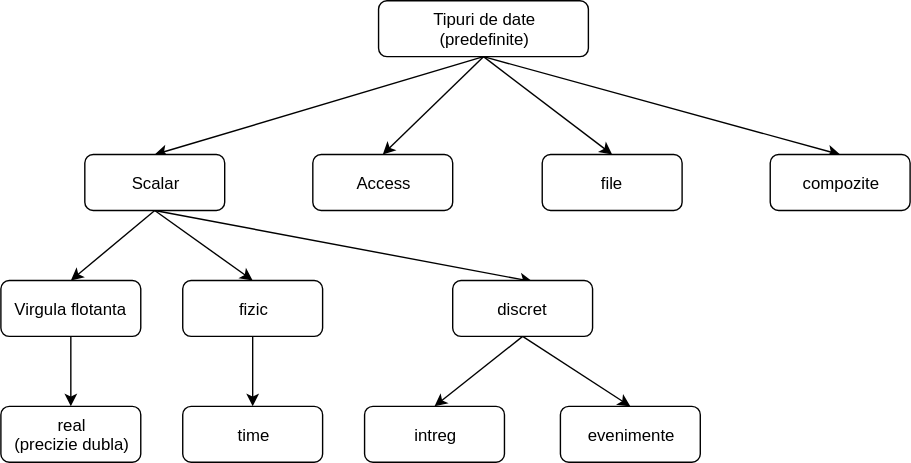
Before: Curs_2_Limbaje_de_descriere_hardware/tipuri_de_date.svg, a diagram exported from draw.io (mohammadfayaj/Suport_HDL). Source tidied: cells renumbered, new cells last; positions are measured from the earlier drawing's top-left corner, leaving out a move shared by most shapes.
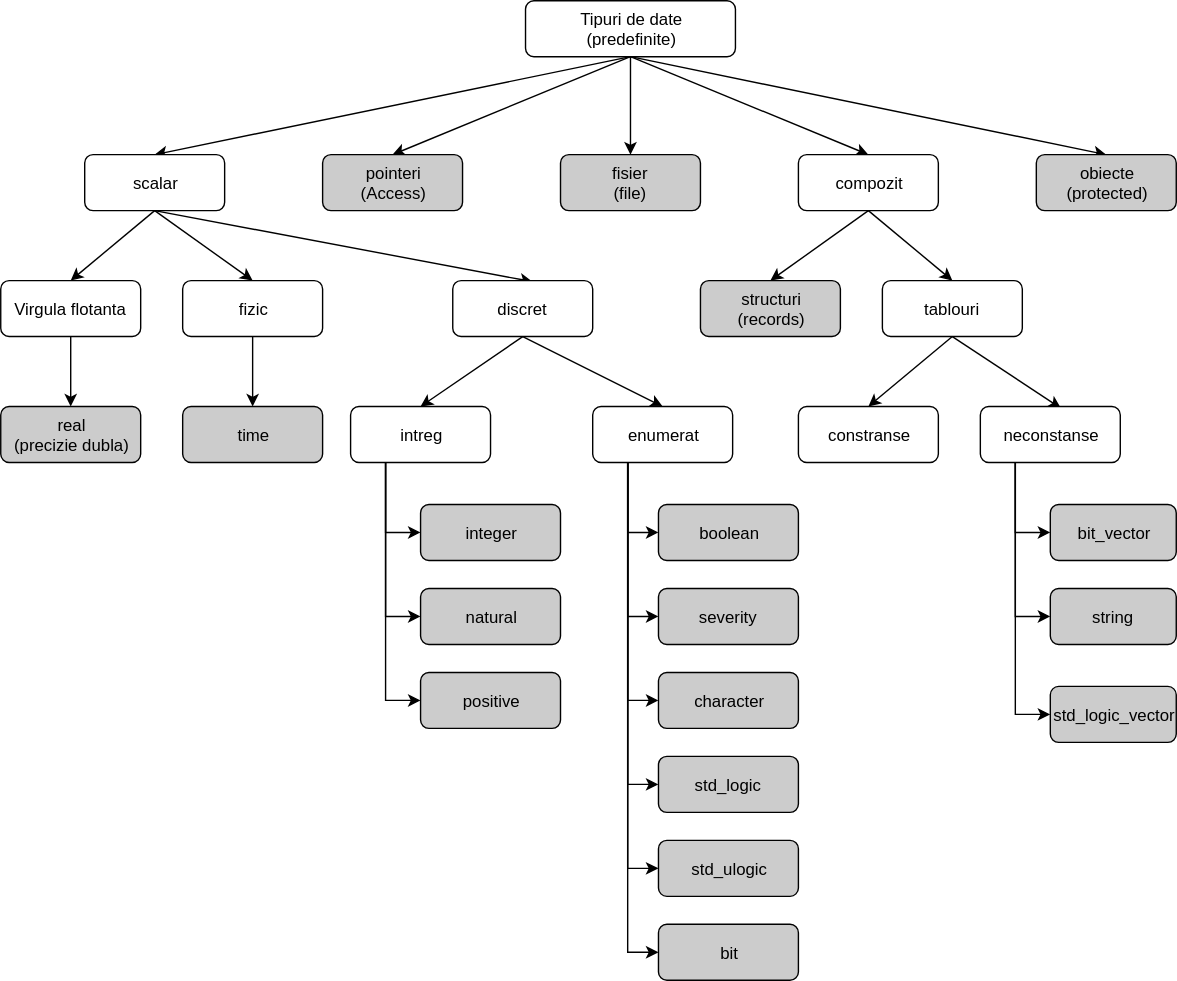
The same diagram one commit later.

Change to the diagram source:
```diff
@@ -14,8 +14,11 @@
     <mxCell id="5" style="edgeStyle=none;rounded=0;jettySize=auto;html=1;exitX=0.5;exitY=1;exitDx=0;exitDy=0;entryX=0.5;entryY=0;entryDx=0;entryDy=0;" parent="1" edge="1" source="6" target="13">
       <mxGeometry relative="1" as="geometry" />
     </mxCell>
+    <mxCell id="25" style="edgeStyle=none;rounded=0;jettySize=auto;html=1;exitX=0.5;exitY=1;exitDx=0;exitDy=0;entryX=0.5;entryY=0;entryDx=0;entryDy=0;" parent="1" edge="1" source="6" target="59">
+      <mxGeometry relative="1" as="geometry" />
+    </mxCell>
     <mxCell id="6" value="Tipuri de date&lt;br&gt;(predefinite)" style="rounded=1;whiteSpace=wrap;html=1;fontSize=12;glass=0;strokeWidth=1;shadow=0;" parent="1" vertex="1">
-      <mxGeometry x="270" width="150" height="40" as="geometry" />
+      <mxGeometry x="375" width="150" height="40" as="geometry" />
     </mxCell>
     <mxCell id="7" style="rounded=0;jettySize=auto;html=1;exitX=0.5;exitY=1;exitDx=0;exitDy=0;entryX=0.5;entryY=0;entryDx=0;entryDy=0;" parent="1" edge="1" source="10" target="15">
       <mxGeometry relative="1" as="geometry" />
@@ -26,17 +29,23 @@
     <mxCell id="9" style="edgeStyle=none;rounded=0;jettySize=auto;html=1;exitX=0.5;exitY=1;exitDx=0;exitDy=0;entryX=0.57;entryY=0.02;entryDx=0;entryDy=0;entryPerimeter=0;" parent="1" edge="1" source="10" target="22">
       <mxGeometry relative="1" as="geometry" />
     </mxCell>
-    <mxCell id="10" value="Scalar" style="rounded=1;whiteSpace=wrap;html=1;fontSize=12;glass=0;strokeWidth=1;shadow=0;" parent="1" vertex="1">
+    <mxCell id="10" value="scalar" style="rounded=1;whiteSpace=wrap;html=1;fontSize=12;glass=0;strokeWidth=1;shadow=0;" parent="1" vertex="1">
       <mxGeometry x="60" y="110" width="100" height="40" as="geometry" />
     </mxCell>
-    <mxCell id="11" value="Access" style="rounded=1;whiteSpace=wrap;html=1;fontSize=12;glass=0;strokeWidth=1;shadow=0;" parent="1" vertex="1">
-      <mxGeometry x="223" y="110" width="100" height="40" as="geometry" />
+    <mxCell id="11" value="pointeri&lt;br&gt;(Access)" style="rounded=1;whiteSpace=wrap;html=1;fontSize=12;glass=0;strokeWidth=1;shadow=0;fillColor=#CCCCCC;" parent="1" vertex="1">
+      <mxGeometry x="230" y="110" width="100" height="40" as="geometry" />
     </mxCell>
-    <mxCell id="12" value="file" style="rounded=1;whiteSpace=wrap;html=1;fontSize=12;glass=0;strokeWidth=1;shadow=0;" parent="1" vertex="1">
-      <mxGeometry x="387" y="110" width="100" height="40" as="geometry" />
+    <mxCell id="12" value="fisier&lt;br&gt;(file)" style="rounded=1;whiteSpace=wrap;html=1;fontSize=12;glass=0;strokeWidth=1;shadow=0;fillColor=#CCCCCC;" parent="1" vertex="1">
+      <mxGeometry x="400" y="110" width="100" height="40" as="geometry" />
     </mxCell>
+    <mxCell id="26" style="rounded=0;jettySize=auto;html=1;exitX=0.5;exitY=1;exitDx=0;exitDy=0;entryX=0.5;entryY=0;entryDx=0;entryDy=0;" parent="1" edge="1" source="13" target="46">
+      <mxGeometry relative="1" as="geometry" />
+    </mxCell>
+    <mxCell id="27" style="edgeStyle=none;rounded=0;jettySize=auto;html=1;exitX=0.5;exitY=1;exitDx=0;exitDy=0;entryX=0.5;entryY=0;entryDx=0;entryDy=0;" parent="1" edge="1" source="13" target="49">
+      <mxGeometry relative="1" as="geometry" />
+    </mxCell>
-    <mxCell id="13" value="compozite" style="rounded=1;whiteSpace=wrap;html=1;fontSize=12;glass=0;strokeWidth=1;shadow=0;" parent="1" vertex="1">
-      <mxGeometry x="550" y="110" width="100" height="40" as="geometry" />
+    <mxCell id="13" value="compozit" style="rounded=1;whiteSpace=wrap;html=1;fontSize=12;glass=0;strokeWidth=1;shadow=0;" parent="1" vertex="1">
+      <mxGeometry x="570" y="110" width="100" height="40" as="geometry" />
     </mxCell>
     <mxCell id="14" style="edgeStyle=none;rounded=0;jettySize=auto;html=1;exitX=0.5;exitY=1;exitDx=0;exitDy=0;entryX=0.5;entryY=0;entryDx=0;entryDy=0;" parent="1" edge="1" source="15" target="18">
       <mxGeometry relative="1" as="geometry" />
@@ -50,10 +59,10 @@
     <mxCell id="17" value="fizic" style="rounded=1;whiteSpace=wrap;html=1;fontSize=12;glass=0;strokeWidth=1;shadow=0;" parent="1" vertex="1">
       <mxGeometry x="130" y="200" width="100" height="40" as="geometry" />
     </mxCell>
-    <mxCell id="18" value="real&lt;br&gt;(precizie dubla)" style="rounded=1;whiteSpace=wrap;html=1;fontSize=12;glass=0;strokeWidth=1;shadow=0;" parent="1" vertex="1">
+    <mxCell id="18" value="real&lt;br&gt;(precizie dubla)" style="rounded=1;whiteSpace=wrap;html=1;fontSize=12;glass=0;strokeWidth=1;shadow=0;fillColor=#CCCCCC;" parent="1" vertex="1">
       <mxGeometry y="290" width="100" height="40" as="geometry" />
     </mxCell>
-    <mxCell id="19" value="time" style="rounded=1;whiteSpace=wrap;html=1;fontSize=12;glass=0;strokeWidth=1;shadow=0;" parent="1" vertex="1">
+    <mxCell id="19" value="time" style="rounded=1;whiteSpace=wrap;html=1;fontSize=12;glass=0;strokeWidth=1;shadow=0;fillColor=#CCCCCC;" parent="1" vertex="1">
       <mxGeometry x="130" y="290" width="100" height="40" as="geometry" />
     </mxCell>
     <mxCell id="20" style="rounded=0;jettySize=auto;html=1;exitX=0.5;exitY=1;exitDx=0;exitDy=0;entryX=0.5;entryY=0;entryDx=0;entryDy=0;" parent="1" edge="1" source="22" target="23">
@@ -65,11 +74,107 @@
     <mxCell id="22" value="discret" style="rounded=1;whiteSpace=wrap;html=1;fontSize=12;glass=0;strokeWidth=1;shadow=0;" parent="1" vertex="1">
       <mxGeometry x="323" y="200" width="100" height="40" as="geometry" />
     </mxCell>
+    <mxCell id="28" style="edgeStyle=orthogonalEdgeStyle;rounded=0;jettySize=auto;html=1;exitX=0.25;exitY=1;exitDx=0;exitDy=0;entryX=0;entryY=0.5;entryDx=0;entryDy=0;" parent="1" edge="1" source="23" target="38">
+      <mxGeometry relative="1" as="geometry" />
+    </mxCell>
+    <mxCell id="29" style="edgeStyle=orthogonalEdgeStyle;rounded=0;jettySize=auto;html=1;exitX=0.25;exitY=1;exitDx=0;exitDy=0;entryX=0;entryY=0.5;entryDx=0;entryDy=0;" parent="1" edge="1" source="23" target="39">
+      <mxGeometry relative="1" as="geometry" />
+    </mxCell>
+    <mxCell id="30" style="edgeStyle=orthogonalEdgeStyle;rounded=0;jettySize=auto;html=1;exitX=0.25;exitY=1;exitDx=0;exitDy=0;entryX=0;entryY=0.5;entryDx=0;entryDy=0;" parent="1" edge="1" source="23" target="40">
+      <mxGeometry relative="1" as="geometry" />
+    </mxCell>
     <mxCell id="23" value="intreg" style="rounded=1;whiteSpace=wrap;html=1;fontSize=12;glass=0;strokeWidth=1;shadow=0;" parent="1" vertex="1">
-      <mxGeometry x="260" y="290" width="100" height="40" as="geometry" />
+      <mxGeometry x="250" y="290" width="100" height="40" as="geometry" />
     </mxCell>
+    <mxCell id="31" style="edgeStyle=orthogonalEdgeStyle;rounded=0;jettySize=auto;html=1;exitX=0.25;exitY=1;exitDx=0;exitDy=0;entryX=0;entryY=0.5;entryDx=0;entryDy=0;" parent="1" edge="1" source="24" target="41">
+      <mxGeometry relative="1" as="geometry" />
+    </mxCell>
+    <mxCell id="32" style="edgeStyle=orthogonalEdgeStyle;rounded=0;jettySize=auto;html=1;exitX=0.25;exitY=1;exitDx=0;exitDy=0;entryX=0;entryY=0.5;entryDx=0;entryDy=0;" parent="1" edge="1" source="24" target="42">
+      <mxGeometry relative="1" as="geometry" />
+    </mxCell>
+    <mxCell id="33" style="edgeStyle=orthogonalEdgeStyle;rounded=0;jettySize=auto;html=1;exitX=0.25;exitY=1;exitDx=0;exitDy=0;entryX=0;entryY=0.5;entryDx=0;entryDy=0;" parent="1" edge="1" source="24" target="43">
+      <mxGeometry relative="1" as="geometry" />
+    </mxCell>
+    <mxCell id="34" style="edgeStyle=orthogonalEdgeStyle;rounded=0;jettySize=auto;html=1;exitX=0.25;exitY=1;exitDx=0;exitDy=0;entryX=0;entryY=0.5;entryDx=0;entryDy=0;" parent="1" edge="1" source="24" target="44">
+      <mxGeometry relative="1" as="geometry" />
+    </mxCell>
+    <mxCell id="35" style="edgeStyle=orthogonalEdgeStyle;rounded=0;jettySize=auto;html=1;exitX=0.25;exitY=1;exitDx=0;exitDy=0;entryX=0;entryY=0.5;entryDx=0;entryDy=0;" parent="1" edge="1" source="24" target="45">
+      <mxGeometry relative="1" as="geometry" />
+    </mxCell>
+    <mxCell id="36" style="edgeStyle=orthogonalEdgeStyle;rounded=0;jettySize=auto;html=1;exitX=0.25;exitY=1;exitDx=0;exitDy=0;entryX=0;entryY=0.5;entryDx=0;entryDy=0;" parent="1" edge="1" source="24" target="37">
+      <mxGeometry relative="1" as="geometry" />
+    </mxCell>
-    <mxCell id="24" value="evenimente" style="rounded=1;whiteSpace=wrap;html=1;fontSize=12;glass=0;strokeWidth=1;shadow=0;" parent="1" vertex="1">
-      <mxGeometry x="400" y="290" width="100" height="40" as="geometry" />
+    <mxCell id="24" value="enumerat" style="rounded=1;whiteSpace=wrap;html=1;fontSize=12;glass=0;strokeWidth=1;shadow=0;" parent="1" vertex="1">
+      <mxGeometry x="423" y="290" width="100" height="40" as="geometry" />
     </mxCell>
+    <mxCell id="37" value="bit" style="rounded=1;whiteSpace=wrap;html=1;fontSize=12;glass=0;strokeWidth=1;shadow=0;fillColor=#CCCCCC;" parent="1" vertex="1">
+      <mxGeometry x="470" y="660" width="100" height="40" as="geometry" />
+    </mxCell>
+    <mxCell id="38" value="integer" style="rounded=1;whiteSpace=wrap;html=1;fontSize=12;glass=0;strokeWidth=1;shadow=0;fillColor=#CCCCCC;" parent="1" vertex="1">
+      <mxGeometry x="300" y="360" width="100" height="40" as="geometry" />
+    </mxCell>
+    <mxCell id="39" value="natural" style="rounded=1;whiteSpace=wrap;html=1;fontSize=12;glass=0;strokeWidth=1;shadow=0;fillColor=#CCCCCC;" parent="1" vertex="1">
+      <mxGeometry x="300" y="420" width="100" height="40" as="geometry" />
+    </mxCell>
+    <mxCell id="40" value="positive" style="rounded=1;whiteSpace=wrap;html=1;fontSize=12;glass=0;strokeWidth=1;shadow=0;fillColor=#CCCCCC;" parent="1" vertex="1">
+      <mxGeometry x="300" y="480" width="100" height="40" as="geometry" />
+    </mxCell>
+    <mxCell id="41" value="boolean" style="rounded=1;whiteSpace=wrap;html=1;fontSize=12;glass=0;strokeWidth=1;shadow=0;fillColor=#CCCCCC;" parent="1" vertex="1">
+      <mxGeometry x="470" y="360" width="100" height="40" as="geometry" />
+    </mxCell>
+    <mxCell id="42" value="severity" style="rounded=1;whiteSpace=wrap;html=1;fontSize=12;glass=0;strokeWidth=1;shadow=0;fillColor=#CCCCCC;" parent="1" vertex="1">
+      <mxGeometry x="470" y="420" width="100" height="40" as="geometry" />
+    </mxCell>
+    <mxCell id="43" value="character" style="rounded=1;whiteSpace=wrap;html=1;fontSize=12;glass=0;strokeWidth=1;shadow=0;fillColor=#CCCCCC;" parent="1" vertex="1">
+      <mxGeometry x="470" y="480" width="100" height="40" as="geometry" />
+    </mxCell>
+    <mxCell id="44" value="std_logic" style="rounded=1;whiteSpace=wrap;html=1;fontSize=12;glass=0;strokeWidth=1;shadow=0;fillColor=#CCCCCC;" parent="1" vertex="1">
+      <mxGeometry x="470" y="540" width="100" height="40" as="geometry" />
+    </mxCell>
+    <mxCell id="45" value="std_ulogic" style="rounded=1;whiteSpace=wrap;html=1;fontSize=12;glass=0;strokeWidth=1;shadow=0;fillColor=#CCCCCC;" parent="1" vertex="1">
+      <mxGeometry x="470" y="600" width="100" height="40" as="geometry" />
+    </mxCell>
+    <mxCell id="46" value="structuri&lt;br&gt;(records)" style="rounded=1;whiteSpace=wrap;html=1;fontSize=12;glass=0;strokeWidth=1;shadow=0;fillColor=#CCCCCC;" parent="1" vertex="1">
+      <mxGeometry x="500" y="200" width="100" height="40" as="geometry" />
+    </mxCell>
+    <mxCell id="47" style="rounded=0;jettySize=auto;html=1;exitX=0.5;exitY=1;exitDx=0;exitDy=0;entryX=0.5;entryY=0;entryDx=0;entryDy=0;" parent="1" edge="1" source="49" target="50">
+      <mxGeometry relative="1" as="geometry" />
+    </mxCell>
+    <mxCell id="48" style="edgeStyle=none;rounded=0;jettySize=auto;html=1;exitX=0.5;exitY=1;exitDx=0;exitDy=0;entryX=0.576;entryY=0.03;entryDx=0;entryDy=0;entryPerimeter=0;" parent="1" edge="1" source="49" target="54">
+      <mxGeometry relative="1" as="geometry" />
+    </mxCell>
+    <mxCell id="49" value="tablouri" style="rounded=1;whiteSpace=wrap;html=1;fontSize=12;glass=0;strokeWidth=1;shadow=0;" parent="1" vertex="1">
+      <mxGeometry x="630" y="200" width="100" height="40" as="geometry" />
+    </mxCell>
+    <mxCell id="50" value="constranse" style="rounded=1;whiteSpace=wrap;html=1;fontSize=12;glass=0;strokeWidth=1;shadow=0;" parent="1" vertex="1">
+      <mxGeometry x="570" y="290" width="100" height="40" as="geometry" />
+    </mxCell>
+    <mxCell id="51" style="edgeStyle=orthogonalEdgeStyle;rounded=0;jettySize=auto;html=1;exitX=0.25;exitY=1;exitDx=0;exitDy=0;entryX=0;entryY=0.5;entryDx=0;entryDy=0;" parent="1" edge="1" source="54" target="56">
+      <mxGeometry relative="1" as="geometry" />
+    </mxCell>
+    <mxCell id="52" style="edgeStyle=orthogonalEdgeStyle;rounded=0;jettySize=auto;html=1;exitX=0.25;exitY=1;exitDx=0;exitDy=0;entryX=0;entryY=0.5;entryDx=0;entryDy=0;" parent="1" edge="1" source="54" target="57">
+      <mxGeometry relative="1" as="geometry" />
+    </mxCell>
+    <mxCell id="53" style="edgeStyle=orthogonalEdgeStyle;rounded=0;jettySize=auto;html=1;exitX=0.25;exitY=1;exitDx=0;exitDy=0;entryX=0;entryY=0.5;entryDx=0;entryDy=0;" parent="1" edge="1" source="54" target="58">
+      <mxGeometry relative="1" as="geometry" />
+    </mxCell>
+    <mxCell id="54" value="neconstanse" style="rounded=1;whiteSpace=wrap;html=1;fontSize=12;glass=0;strokeWidth=1;shadow=0;" parent="1" vertex="1">
+      <mxGeometry x="700" y="290" width="100" height="40" as="geometry" />
+    </mxCell>
+    <mxCell id="55" style="edgeStyle=none;rounded=0;orthogonalLoop=1;jettySize=auto;html=1;exitX=0.75;exitY=0;exitDx=0;exitDy=0;" parent="1" edge="1" source="12" target="12">
+      <mxGeometry relative="1" as="geometry" />
+    </mxCell>
+    <mxCell id="56" value="bit_vector" style="rounded=1;whiteSpace=wrap;html=1;fontSize=12;glass=0;strokeWidth=1;shadow=0;fillColor=#CCCCCC;" parent="1" vertex="1">
+      <mxGeometry x="750" y="360" width="90" height="40" as="geometry" />
+    </mxCell>
+    <mxCell id="57" value="string" style="rounded=1;whiteSpace=wrap;html=1;fontSize=12;glass=0;strokeWidth=1;shadow=0;fillColor=#CCCCCC;" parent="1" vertex="1">
+      <mxGeometry x="750" y="420" width="90" height="40" as="geometry" />
+    </mxCell>
+    <mxCell id="58" value="std_logic_vector" style="rounded=1;whiteSpace=wrap;html=1;fontSize=12;glass=0;strokeWidth=1;shadow=0;fillColor=#CCCCCC;" parent="1" vertex="1">
+      <mxGeometry x="750" y="490" width="90" height="40" as="geometry" />
+    </mxCell>
+    <mxCell id="59" value="obiecte&lt;br&gt;(protected)" style="rounded=1;whiteSpace=wrap;html=1;fontSize=12;glass=0;strokeWidth=1;shadow=0;fillColor=#CCCCCC;" parent="1" vertex="1">
+      <mxGeometry x="740" y="110" width="100" height="40" as="geometry" />
+    </mxCell>
   </root>
 </mxGraphModel>
```
